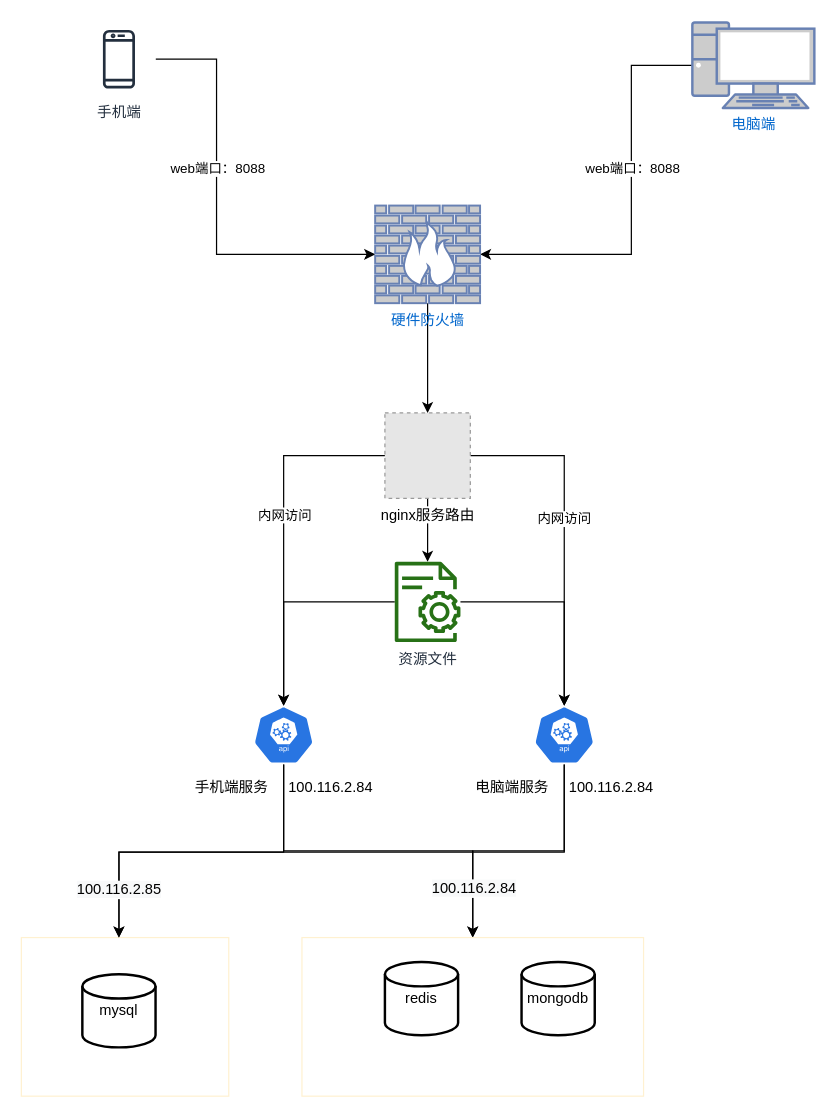
Before: 方正圈子.drawio in ammengke/my-drawio, a draw.io diagram. Source tidied: cells renumbered, new cells numbered last; positions are measured from the earlier drawing's top-left corner, leaving out a move shared by most shapes. Both pictures are drawn from the tidied source at 122%, with x=0, y=0 at pixel (21, 22). Pictures stored in the file or linked from it are replaced by grey dashed boxes.
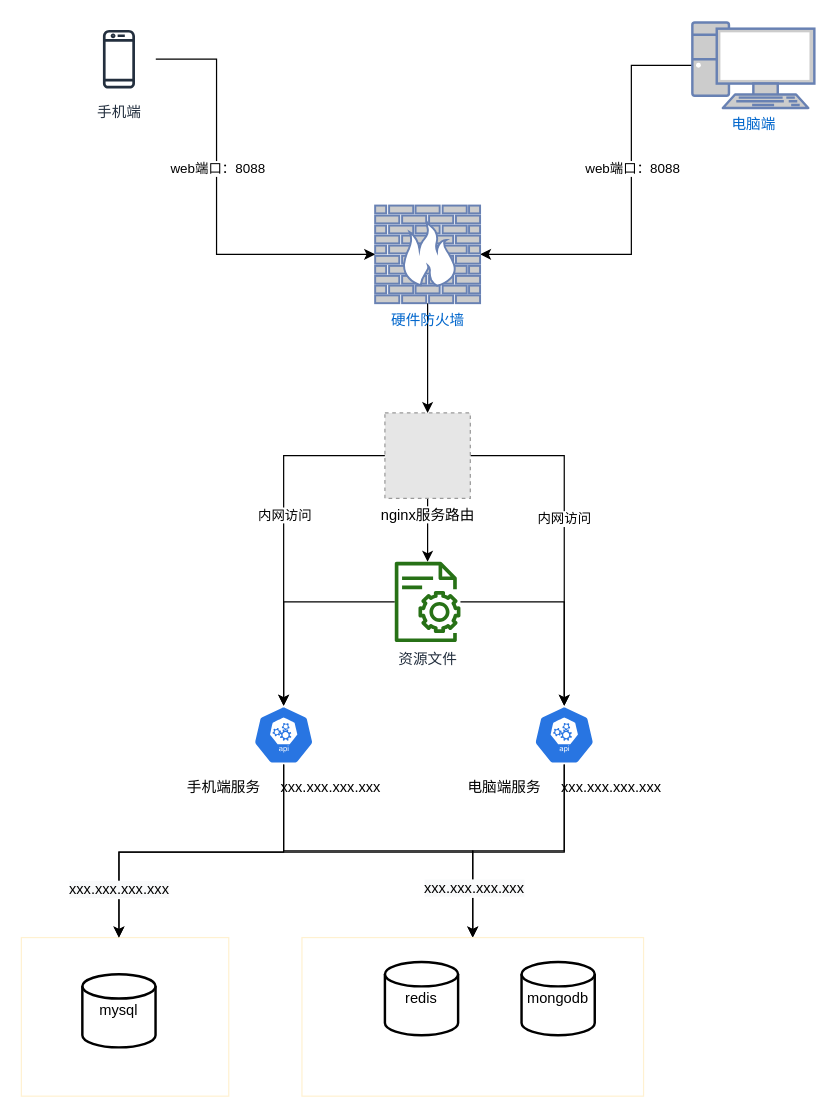
The same diagram, later.

Commit message:
更新方正圈子.drawio

Unchanged cells that the change refers to:
```xml
<mxCell id="20" style="edgeStyle=orthogonalEdgeStyle;rounded=0;jettySize=auto;html=1;entryX=0.5;entryY=0;entryDx=0;entryDy=0;" parent="1" edge="1" source="24" target="28">
  <mxGeometry relative="1" as="geometry" />
</mxCell>
<mxCell id="22" style="edgeStyle=orthogonalEdgeStyle;rounded=0;jettySize=auto;html=1;" parent="1" edge="1" source="24">
  <mxGeometry relative="1" as="geometry">
    <mxPoint x="80" y="750" as="targetPoint" />
    <Array as="points">
      <mxPoint x="445" y="680" />
      <mxPoint x="80" y="680" />
    </Array>
  </mxGeometry>
</mxCell>
```

Diff of the diagram source:
```diff
@@
-    <mxCell id="19" value="&lt;br&gt;&lt;br&gt;&lt;br&gt;&lt;br&gt;&lt;br&gt;&lt;br&gt;手机端服务&amp;nbsp; &amp;nbsp; &amp;nbsp;100.116.2.84" style="html=1;dashed=0;whitespace=wrap;fillColor=#2875E2;strokeColor=#ffffff;points=[[0.005,0.63,0],[0.1,0.2,0],[0.9,0.2,0],[0.5,0,0],[0.995,0.63,0],[0.72,0.99,0],[0.5,1,0],[0.28,0.99,0]];shape=mxgraph.kubernetes.icon;prIcon=api;" parent="1" vertex="1">
+    <mxCell id="19" value="&lt;br&gt;&lt;br&gt;&lt;br&gt;&lt;br&gt;&lt;br&gt;&lt;br&gt;手机端服务&amp;nbsp; &amp;nbsp; &amp;nbsp;xxx.xxx.xxx.xxx" style="html=1;dashed=0;whitespace=wrap;fillColor=#2875E2;strokeColor=#ffffff;points=[[0.005,0.63,0],[0.1,0.2,0],[0.9,0.2,0],[0.5,0,0],[0.995,0.63,0],[0.72,0.99,0],[0.5,1,0],[0.28,0.99,0]];shape=mxgraph.kubernetes.icon;prIcon=api;" parent="1" vertex="1">
       <mxGeometry x="190" y="560" width="50" height="48" as="geometry" />
     </mxCell>
@@
-    <mxCell id="21" value="&lt;span style=&quot;font-size: 12px ; background-color: rgb(248 , 249 , 250)&quot;&gt;100.116.2.84&lt;/span&gt;" style="edgeLabel;html=1;align=center;verticalAlign=middle;" parent="20" vertex="1">
+    <mxCell id="21" value="&lt;span style=&quot;font-size: 12px ; background-color: rgb(248 , 249 , 250)&quot;&gt;xxx.xxx.xxx.xxx&lt;/span&gt;" style="edgeLabel;html=1;align=center;verticalAlign=middle;" parent="20" vertex="1">
       <mxGeometry x="0.56" y="1" relative="1" as="geometry">
         <mxPoint x="-1" y="7.5" as="offset" />
       </mxGeometry>
     </mxCell>
@@
-    <mxCell id="23" value="&lt;span style=&quot;font-size: 12px ; background-color: rgb(248 , 249 , 250)&quot;&gt;100.116.2.85&lt;/span&gt;" style="edgeLabel;html=1;align=center;verticalAlign=middle;" parent="22" vertex="1">
+    <mxCell id="23" value="&lt;span style=&quot;font-size: 12px ; background-color: rgb(248 , 249 , 250)&quot;&gt;xxx.xxx.xxx.xxx&lt;/span&gt;" style="edgeLabel;html=1;align=center;verticalAlign=middle;" parent="22" vertex="1">
       <mxGeometry x="0.55" y="1" relative="1" as="geometry">
         <mxPoint x="-44.1" y="29" as="offset" />
       </mxGeometry>
     </mxCell>
-    <mxCell id="24" value="&lt;br&gt;&lt;br&gt;&lt;br&gt;&lt;br&gt;&lt;br&gt;&lt;br&gt;电脑端服务&amp;nbsp; &amp;nbsp; &amp;nbsp;100.116.2.84" style="html=1;dashed=0;whitespace=wrap;fillColor=#2875E2;strokeColor=#ffffff;points=[[0.005,0.63,0],[0.1,0.2,0],[0.9,0.2,0],[0.5,0,0],[0.995,0.63,0],[0.72,0.99,0],[0.5,1,0],[0.28,0.99,0]];shape=mxgraph.kubernetes.icon;prIcon=api;" parent="1" vertex="1">
+    <mxCell id="24" value="&lt;br&gt;&lt;br&gt;&lt;br&gt;&lt;br&gt;&lt;br&gt;&lt;br&gt;电脑端服务&amp;nbsp; &amp;nbsp; &amp;nbsp;xxx.xxx.xxx.xxx" style="html=1;dashed=0;whitespace=wrap;fillColor=#2875E2;strokeColor=#ffffff;points=[[0.005,0.63,0],[0.1,0.2,0],[0.9,0.2,0],[0.5,0,0],[0.995,0.63,0],[0.72,0.99,0],[0.5,1,0],[0.28,0.99,0]];shape=mxgraph.kubernetes.icon;prIcon=api;" parent="1" vertex="1">
       <mxGeometry x="420" y="560" width="50" height="48" as="geometry" />
     </mxCell>
```
